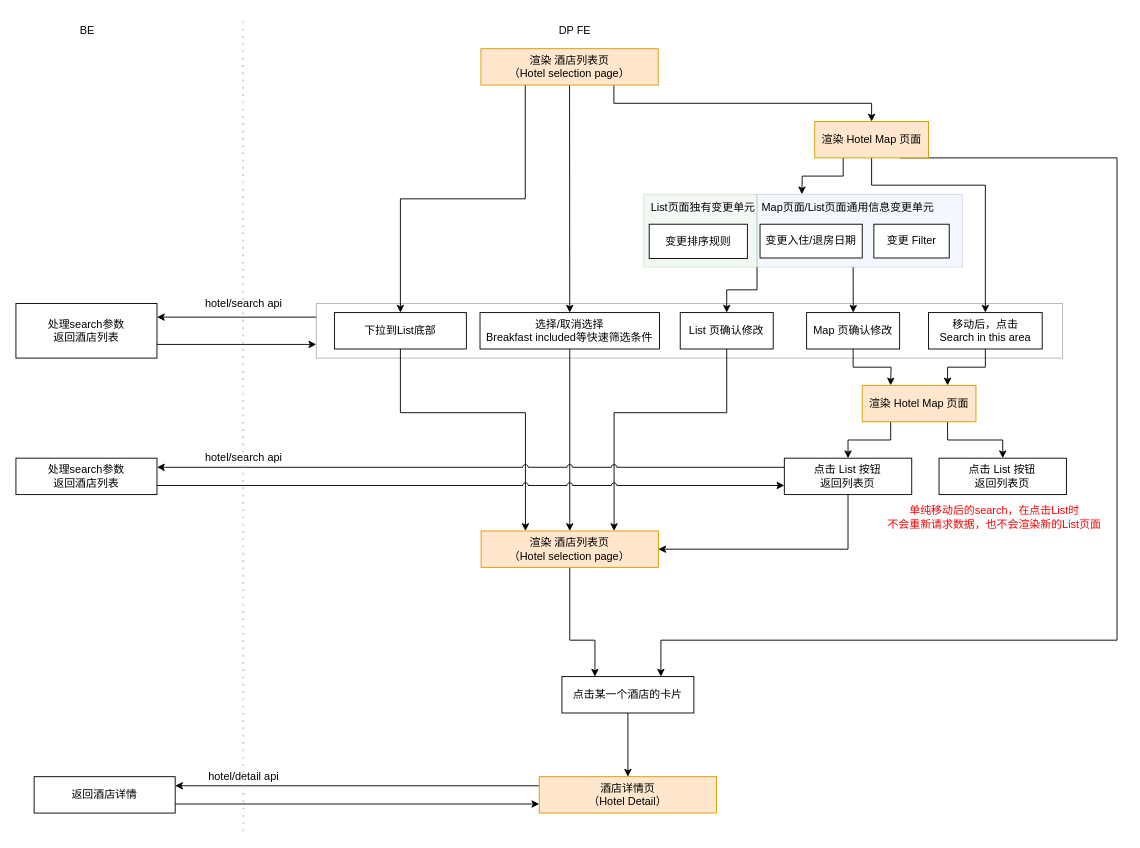
junhong2021/Hotel- keeps this draw.io diagram as page "List" (2 of 5) of page_process/pageProcess.drawio. Above is the earlier version. Source tidied: cells renumbered, new cells numbered last; positions are measured from the earlier drawing's top-left corner, leaving out a move shared by most shapes. Both pictures are drawn from the tidied source at 91%, with x=0, y=0 at pixel (15, 16).
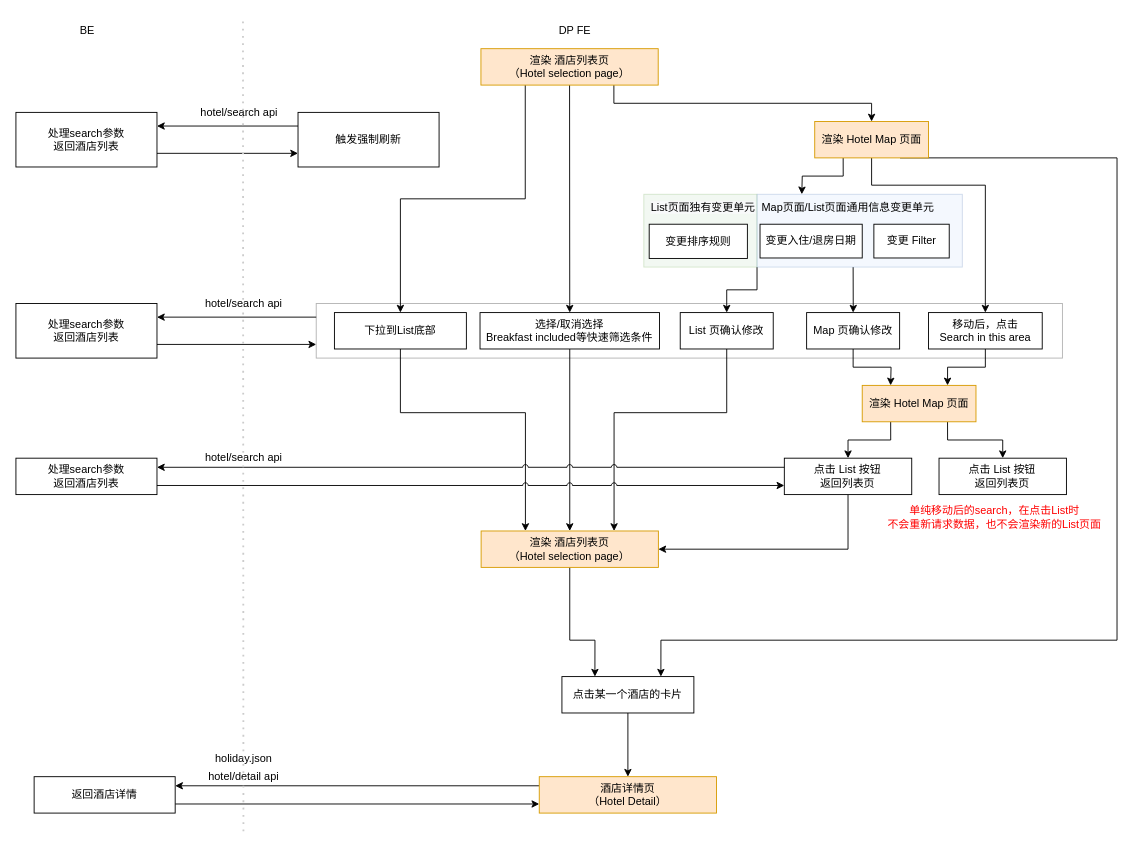
The same page after the edit.

What changed in the source:
```diff
@@
+    <mxCell id="57" value="holiday.json" style="text;html=1;align=center;verticalAlign=middle;" parent="1" vertex="1">
+      <mxGeometry x="210" y="805" width="80" height="20" as="geometry" />
+    </mxCell>
+    <mxCell id="58" style="edgeStyle=orthogonalEdgeStyle;rounded=0;jumpStyle=arc;jettySize=auto;html=1;exitX=0;exitY=0.25;exitDx=0;exitDy=0;entryX=1;entryY=0.25;entryDx=0;entryDy=0;fontColor=#FF0000;strokeColor=#000000;" parent="1" edge="1" source="59" target="61">
+      <mxGeometry relative="1" as="geometry" />
+    </mxCell>
+    <mxCell id="59" value="触发强制刷新" style="rounded=0;whiteSpace=wrap;html=1;" parent="1" vertex="1">
+      <mxGeometry x="310" y="105" width="155" height="60" as="geometry" />
+    </mxCell>
+    <mxCell id="60" style="edgeStyle=orthogonalEdgeStyle;rounded=0;jumpStyle=arc;jettySize=auto;html=1;exitX=1;exitY=0.75;exitDx=0;exitDy=0;entryX=0;entryY=0.75;entryDx=0;entryDy=0;fontColor=#FF0000;strokeColor=#000000;" parent="1" edge="1" source="61" target="59">
+      <mxGeometry relative="1" as="geometry" />
+    </mxCell>
+    <mxCell id="61" value="处理search参数&lt;br&gt;返回酒店列表" style="rounded=0;whiteSpace=wrap;html=1;" parent="1" vertex="1">
+      <mxGeometry y="105" width="155" height="60" as="geometry" />
+    </mxCell>
+    <mxCell id="62" value="hotel/search api" style="text;html=1;align=center;verticalAlign=middle;" parent="1" vertex="1">
+      <mxGeometry x="195" y="95" width="100" height="20" as="geometry" />
+    </mxCell>
```
